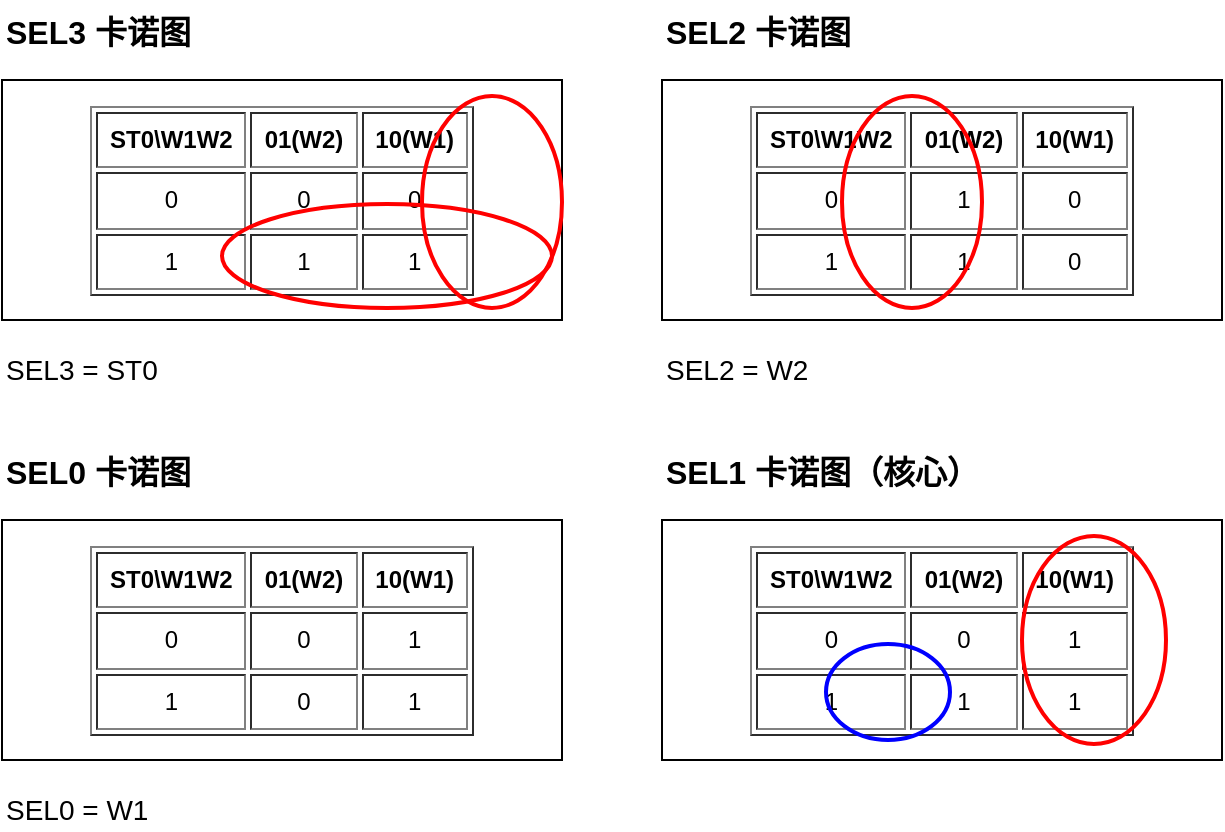
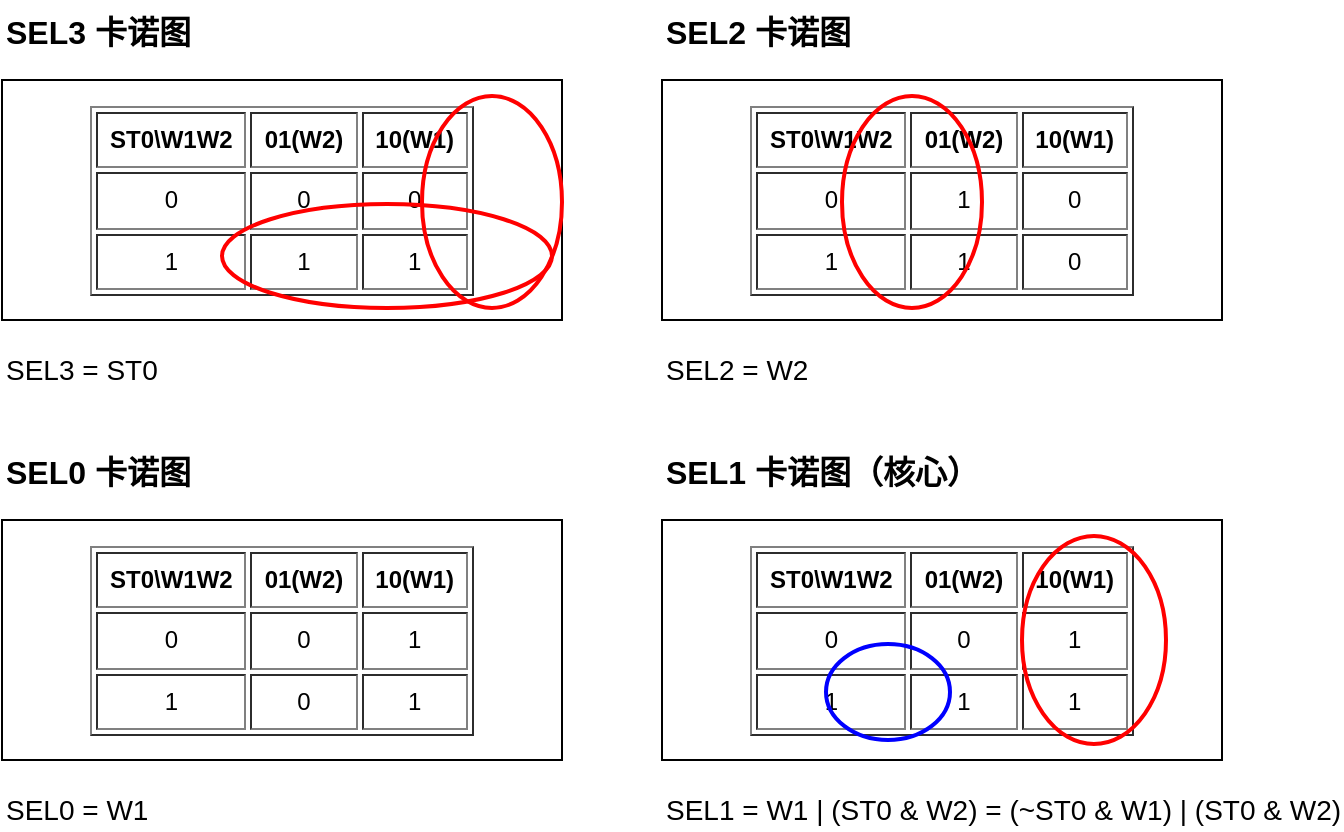
<mxfile host="app.diagrams.net">
  <diagram id="karnaugh_sel" name="SEL3~SEL0卡诺图化简">
    <mxGraphModel dx="1200" dy="800" grid="1" gridSize="10" guides="1" tooltips="1" connect="1" arrows="1">
      <root>
        <mxCell id="0"/>
        <mxCell id="1" parent="0"/>
        <!-- ========== 1. SEL3 卡诺图 ========== -->
        <mxCell id="title_sel3" value="SEL3 卡诺图" style="text;html=1;strokeColor=none;fillColor=none;fontSize=16;fontStyle=1" vertex="1" parent="1">
          <mxGeometry x="20" y="20" width="150" height="30" as="geometry"/>
        </mxCell>
        <mxCell id="sel3_table" value="&lt;table border='1' cellpadding='6'&gt;&lt;tr&gt;&lt;th&gt;ST0\W1W2&lt;/th&gt;&lt;th&gt;01(W2)&lt;/th&gt;&lt;th&gt;10(W1)&lt;/th&gt;&lt;/tr&gt;&lt;tr&gt;&lt;td&gt;0&lt;/td&gt;&lt;td&gt;0&lt;/td&gt;&lt;td&gt;0&lt;/td&gt;&lt;/tr&gt;&lt;tr&gt;&lt;td&gt;1&lt;/td&gt;&lt;td&gt;1&lt;/td&gt;&lt;td&gt;1&lt;/td&gt;&lt;/tr&gt;&lt;/table&gt;" style="html=1;whiteSpace=wrap;fillColor=white;strokeColor=black" vertex="1" parent="1">
          <mxGeometry x="20" y="60" width="280" height="120" as="geometry"/>
        </mxCell>
        <mxCell id="sel3_circle" value="" style="ellipse;strokeColor=#ff0000;strokeWidth=2;fillColor=none;dashed=0" vertex="1" parent="1">
          <mxGeometry x="130" y="122" width="165" height="52" as="geometry"/>
        </mxCell>
        <mxCell id="sel3_expr" value="SEL3 = ST0" style="text;html=1;strokeColor=none;fillColor=none;fontSize=14" vertex="1" parent="1">
          <mxGeometry x="20" y="190" width="200" height="25" as="geometry"/>
        </mxCell>

        <!-- ========== 2. SEL2 卡诺图 ========== -->
        <mxCell id="title_sel2" value="SEL2 卡诺图" style="text;html=1;strokeColor=none;fillColor=none;fontSize=16;fontStyle=1" vertex="1" parent="1">
          <mxGeometry x="350" y="20" width="150" height="30" as="geometry"/>
        </mxCell>
        <mxCell id="sel2_table" value="&lt;table border='1' cellpadding='6'&gt;&lt;tr&gt;&lt;th&gt;ST0\W1W2&lt;/th&gt;&lt;th&gt;01(W2)&lt;/th&gt;&lt;th&gt;10(W1)&lt;/th&gt;&lt;/tr&gt;&lt;tr&gt;&lt;td&gt;0&lt;/td&gt;&lt;td&gt;1&lt;/td&gt;&lt;td&gt;0&lt;/td&gt;&lt;/tr&gt;&lt;tr&gt;&lt;td&gt;1&lt;/td&gt;&lt;td&gt;1&lt;/td&gt;&lt;td&gt;0&lt;/td&gt;&lt;/tr&gt;&lt;/table&gt;" style="html=1;whiteSpace=wrap;fillColor=white;strokeColor=black" vertex="1" parent="1">
          <mxGeometry x="350" y="60" width="280" height="120" as="geometry"/>
        </mxCell>
        <mxCell id="sel2_circle" value="" style="ellipse;strokeColor=#ff0000;strokeWidth=2;fillColor=none;dashed=0" vertex="1" parent="1">
          <mxGeometry x="440" y="68" width="70" height="106" as="geometry"/>
        </mxCell>
        <mxCell id="sel2_expr" value="SEL2 = W2" style="text;html=1;strokeColor=none;fillColor=none;fontSize=14" vertex="1" parent="1">
          <mxGeometry x="350" y="190" width="200" height="25" as="geometry"/>
        </mxCell>

        <!-- ========== 3. SEL0 卡诺图 ========== -->
        <mxCell id="title_sel0" value="SEL0 卡诺图" style="text;html=1;strokeColor=none;fillColor=none;fontSize=16;fontStyle=1" vertex="1" parent="1">
          <mxGeometry x="20" y="240" width="150" height="30" as="geometry"/>
        </mxCell>
        <mxCell id="sel0_table" value="&lt;table border='1' cellpadding='6'&gt;&lt;tr&gt;&lt;th&gt;ST0\W1W2&lt;/th&gt;&lt;th&gt;01(W2)&lt;/th&gt;&lt;th&gt;10(W1)&lt;/th&gt;&lt;/tr&gt;&lt;tr&gt;&lt;td&gt;0&lt;/td&gt;&lt;td&gt;0&lt;/td&gt;&lt;td&gt;1&lt;/td&gt;&lt;/tr&gt;&lt;tr&gt;&lt;td&gt;1&lt;/td&gt;&lt;td&gt;0&lt;/td&gt;&lt;td&gt;1&lt;/td&gt;&lt;/tr&gt;&lt;/table&gt;" style="html=1;whiteSpace=wrap;fillColor=white;strokeColor=black" vertex="1" parent="1">
          <mxGeometry x="20" y="280" width="280" height="120" as="geometry"/>
        </mxCell>
        <mxCell id="sel0_circle" value="" style="ellipse;strokeColor=#ff0000;strokeWidth=2;fillColor=none;dashed=0" vertex="1" parent="1">
          <mxGeometry x="230" y="68" width="70" height="106" as="geometry"/>
        </mxCell>
        <mxCell id="sel0_expr" value="SEL0 = W1" style="text;html=1;strokeColor=none;fillColor=none;fontSize=14" vertex="1" parent="1">
          <mxGeometry x="20" y="410" width="200" height="25" as="geometry"/>
        </mxCell>

        <!-- ========== 4. SEL1 核心卡诺图（带两组圈选） ========== -->
        <mxCell id="title_sel1" value="SEL1 卡诺图（核心）" style="text;html=1;strokeColor=none;fillColor=none;fontSize=16;fontStyle=1" vertex="1" parent="1">
          <mxGeometry x="350" y="240" width="200" height="30" as="geometry"/>
        </mxCell>
        <mxCell id="sel1_table" value="&lt;table border='1' cellpadding='6'&gt;&lt;tr&gt;&lt;th&gt;ST0\W1W2&lt;/th&gt;&lt;th&gt;01(W2)&lt;/th&gt;&lt;th&gt;10(W1)&lt;/th&gt;&lt;/tr&gt;&lt;tr&gt;&lt;td&gt;0&lt;/td&gt;&lt;td&gt;0&lt;/td&gt;&lt;td&gt;1&lt;/td&gt;&lt;/tr&gt;&lt;tr&gt;&lt;td&gt;1&lt;/td&gt;&lt;td&gt;1&lt;/td&gt;&lt;td&gt;1&lt;/td&gt;&lt;/tr&gt;&lt;/table&gt;" style="html=1;whiteSpace=wrap;fillColor=white;strokeColor=black" vertex="1" parent="1">
          <mxGeometry x="350" y="280" width="280" height="120" as="geometry"/>
        </mxCell>
        <!-- 圈1：右列W1全部单元格 -->
        <mxCell id="sel1_c1" value="" style="ellipse;strokeColor=#ff0000;strokeWidth=2;fillColor=none" vertex="1" parent="1">
          <mxGeometry x="530" y="288" width="72" height="104" as="geometry"/>
        </mxCell>
        <!-- 圈2：左下 ST0=1,W2=1 单元格 -->
        <mxCell id="sel1_c2" value="" style="ellipse;strokeColor=#0000ff;strokeWidth=2;fillColor=none" vertex="1" parent="1">
          <mxGeometry x="432" y="342" width="62" height="48" as="geometry"/>
        </mxCell>
-         <mxCell id="sel1_expr" value="SEL1 = W1 | (ST0 & W2) = (~ST0 & W1) | (ST0 & W2)" style="text;html=1;strokeColor=none;fillColor=none;fontSize=14" vertex="1" parent="1">
+         <!-- ===== 关键修复：这里的 & 全部改成 &amp; ===== -->
+         <mxCell id="sel1_expr" value="SEL1 = W1 | (ST0 &amp; W2) = (~ST0 &amp; W1) | (ST0 &amp; W2)" style="text;html=1;strokeColor=none;fillColor=none;fontSize=14" vertex="1" parent="1">
          <mxGeometry x="350" y="410" width="320" height="25" as="geometry"/>
        </mxCell>
      </root>
    </mxGraphModel>
  </diagram>
</mxfile>
